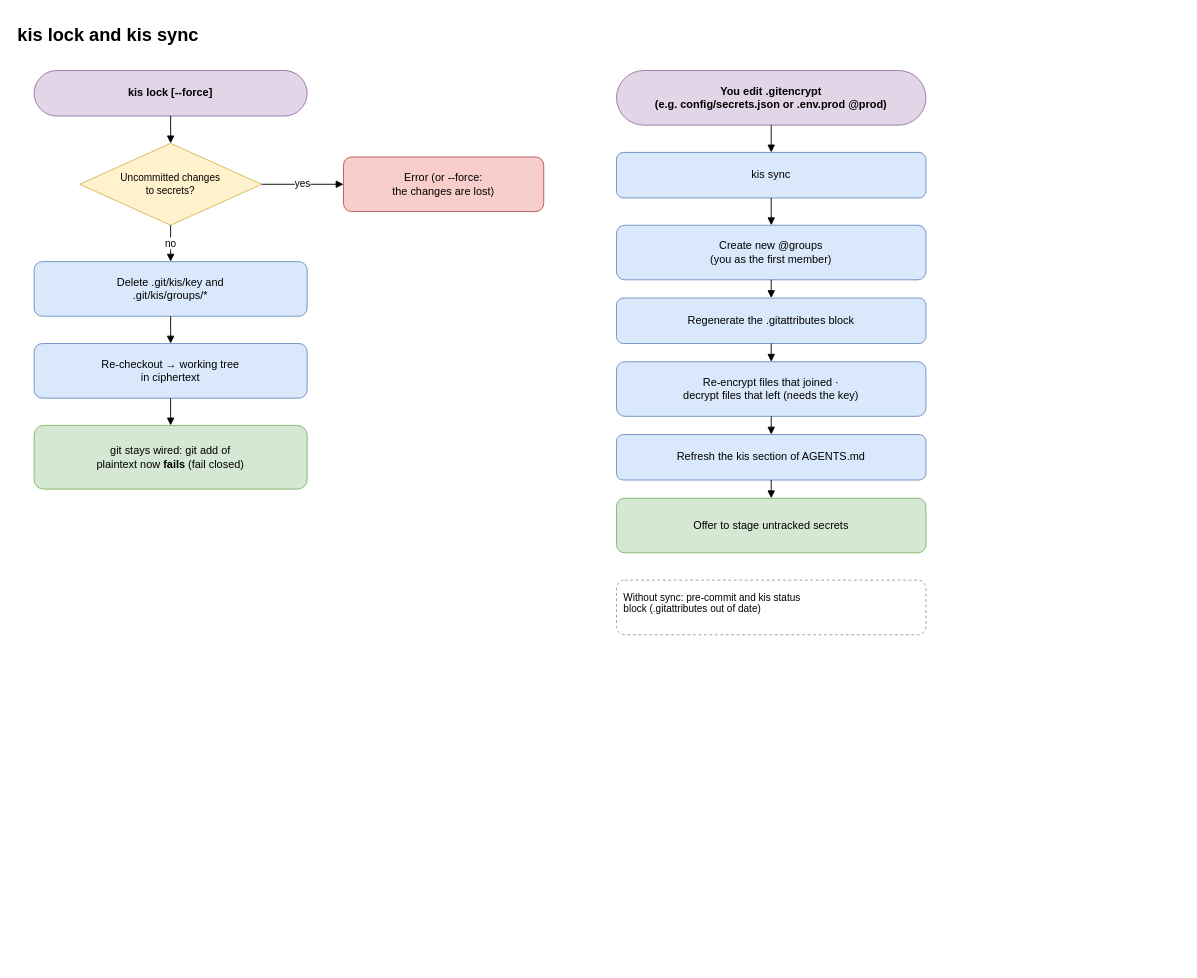
Before: page "9 · kis lock / kis sync" (9 of 13) of docs/diagrams/kis-flows.drawio in juanfraherrero/keep-in-secret, a draw.io diagram. Source tidied: cells renumbered, new cells numbered last; positions are measured from the earlier drawing's top-left corner, leaving out a move shared by most shapes. Both pictures are drawn from the tidied source at 91%, with x=0, y=0 at pixel (15, 15).
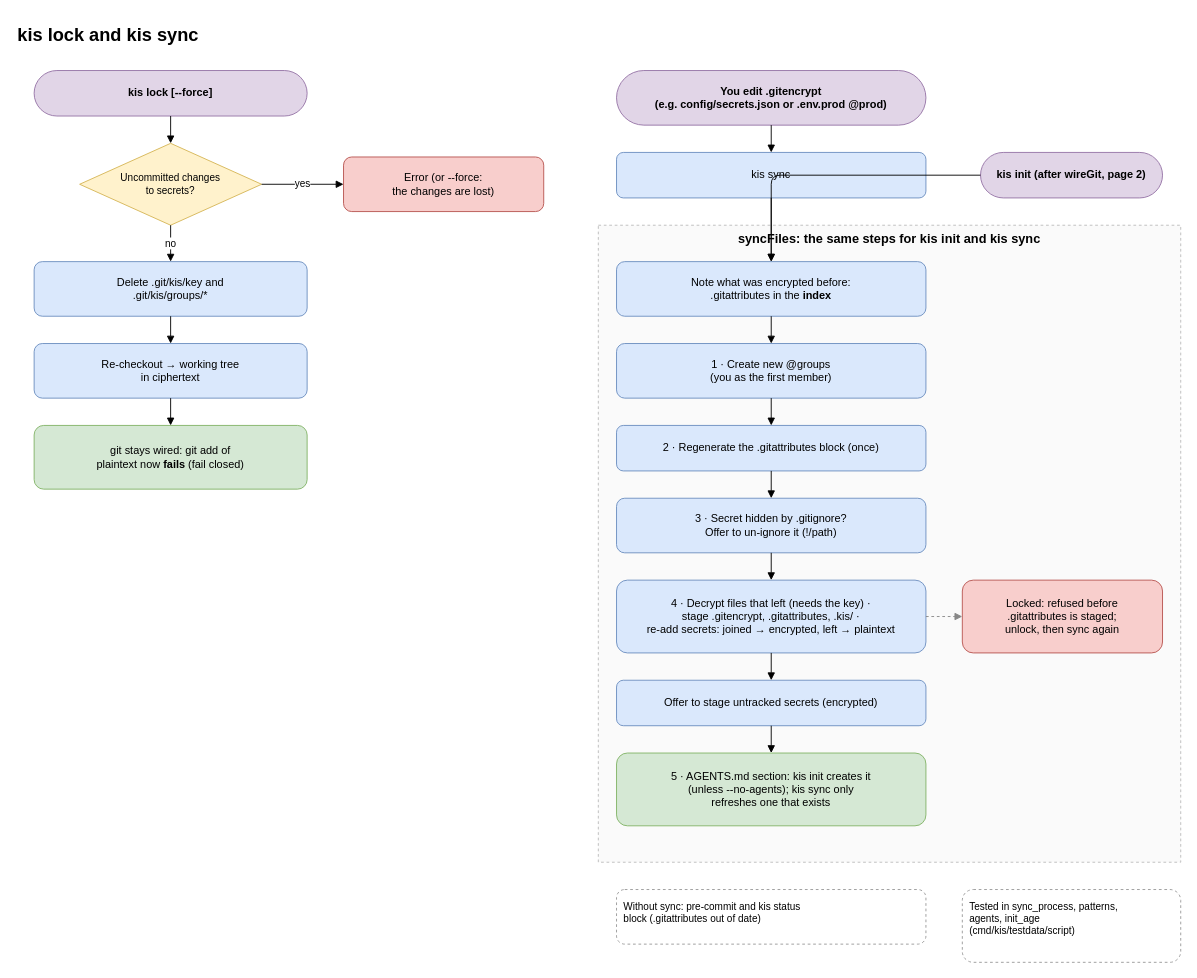
The same page after the edit.

Commit message (it also covers changes not shown here):
Run one sync process for kis init and kis sync

The change refers to these unchanged cells:
```xml
<mxCell id="15" value="kis sync" style="rounded=1;whiteSpace=wrap;html=1;fillColor=#dae8fc;strokeColor=#6c8ebf;fontSize=12;" parent="1" vertex="1">
  <mxGeometry x="660" y="150" width="340" height="50" as="geometry" />
</mxCell>
```

The edit, as a diff of the source:
```diff
@@
+    <mxCell id="28" value="kis init (after wireGit, page 2)" style="rounded=1;arcSize=50;whiteSpace=wrap;html=1;fillColor=#e1d5e7;strokeColor=#9673a6;fontStyle=1;fontSize=12;" parent="1" vertex="1">
+      <mxGeometry x="1060" y="150" width="200" height="50" as="geometry" />
+    </mxCell>
+    <mxCell id="29" value="syncFiles: the same steps for kis init and kis sync" style="rounded=0;whiteSpace=wrap;html=1;fillColor=#fafafa;strokeColor=#bbbbbb;verticalAlign=top;fontStyle=1;fontSize=14;dashed=1;" parent="1" vertex="1">
+      <mxGeometry x="640" y="230" width="640" height="700" as="geometry" />
+    </mxCell>
+    <mxCell id="30" value="Note what was encrypted before:&lt;br&gt;.gitattributes in the &lt;b&gt;index&lt;/b&gt;" style="rounded=1;whiteSpace=wrap;html=1;fillColor=#dae8fc;strokeColor=#6c8ebf;fontSize=12;" parent="1" vertex="1">
+      <mxGeometry x="660" y="270" width="340" height="60" as="geometry" />
+    </mxCell>
-    <mxCell id="16" value="Create new @groups&lt;br&gt;(you as the first member)" style="rounded=1;whiteSpace=wrap;html=1;fillColor=#dae8fc;strokeColor=#6c8ebf;fontSize=12;" parent="1" vertex="1">
-      <mxGeometry x="660" y="230" width="340" height="60" as="geometry" />
+    <mxCell id="16" value="1 · Create new @groups&lt;br&gt;(you as the first member)" style="rounded=1;whiteSpace=wrap;html=1;fillColor=#dae8fc;strokeColor=#6c8ebf;fontSize=12;" parent="1" vertex="1">
+      <mxGeometry x="660" y="360" width="340" height="60" as="geometry" />
     </mxCell>
-    <mxCell id="17" value="Regenerate the .gitattributes block" style="rounded=1;whiteSpace=wrap;html=1;fillColor=#dae8fc;strokeColor=#6c8ebf;fontSize=12;" parent="1" vertex="1">
-      <mxGeometry x="660" y="310" width="340" height="50" as="geometry" />
+    <mxCell id="17" value="2 · Regenerate the .gitattributes block (once)" style="rounded=1;whiteSpace=wrap;html=1;fillColor=#dae8fc;strokeColor=#6c8ebf;fontSize=12;" parent="1" vertex="1">
+      <mxGeometry x="660" y="450" width="340" height="50" as="geometry" />
     </mxCell>
-    <mxCell id="18" value="Re-encrypt files that joined ·&lt;br&gt;decrypt files that left (needs the key)" style="rounded=1;whiteSpace=wrap;html=1;fillColor=#dae8fc;strokeColor=#6c8ebf;fontSize=12;" parent="1" vertex="1">
-      <mxGeometry x="660" y="380" width="340" height="60" as="geometry" />
+    <mxCell id="18" value="3 · Secret hidden by .gitignore?&lt;br&gt;Offer to un-ignore it (!/path)" style="rounded=1;whiteSpace=wrap;html=1;fillColor=#dae8fc;strokeColor=#6c8ebf;fontSize=12;" parent="1" vertex="1">
+      <mxGeometry x="660" y="530" width="340" height="60" as="geometry" />
     </mxCell>
-    <mxCell id="19" value="Refresh the kis section of AGENTS.md" style="rounded=1;whiteSpace=wrap;html=1;fillColor=#dae8fc;strokeColor=#6c8ebf;fontSize=12;" parent="1" vertex="1">
-      <mxGeometry x="660" y="460" width="340" height="50" as="geometry" />
+    <mxCell id="19" value="4 · Decrypt files that left (needs the key) ·&lt;br&gt;stage .gitencrypt, .gitattributes, .kis/ ·&lt;br&gt;re-add secrets: joined → encrypted, left → plaintext" style="rounded=1;whiteSpace=wrap;html=1;fillColor=#dae8fc;strokeColor=#6c8ebf;fontSize=12;" parent="1" vertex="1">
+      <mxGeometry x="660" y="620" width="340" height="80" as="geometry" />
     </mxCell>
-    <mxCell id="20" value="Offer to stage untracked secrets" style="rounded=1;whiteSpace=wrap;html=1;fillColor=#d5e8d4;strokeColor=#82b366;fontSize=12;" parent="1" vertex="1">
-      <mxGeometry x="660" y="530" width="340" height="60" as="geometry" />
+    <mxCell id="20" value="Offer to stage untracked secrets (encrypted)" style="rounded=1;whiteSpace=wrap;html=1;fillColor=#dae8fc;strokeColor=#6c8ebf;fontSize=12;" parent="1" vertex="1">
+      <mxGeometry x="660" y="730" width="340" height="50" as="geometry" />
     </mxCell>
+    <mxCell id="31" value="5 · AGENTS.md section: kis init creates it&lt;br&gt;(unless --no-agents); kis sync only&lt;br&gt;refreshes one that exists" style="rounded=1;whiteSpace=wrap;html=1;fillColor=#d5e8d4;strokeColor=#82b366;fontSize=12;" parent="1" vertex="1">
+      <mxGeometry x="660" y="810" width="340" height="80" as="geometry" />
+    </mxCell>
+    <mxCell id="32" value="Locked: refused before&lt;br&gt;.gitattributes is staged;&lt;br&gt;unlock, then sync again" style="rounded=1;whiteSpace=wrap;html=1;fillColor=#f8cecc;strokeColor=#b85450;fontSize=12;" parent="1" vertex="1">
+      <mxGeometry x="1040" y="620" width="220" height="80" as="geometry" />
+    </mxCell>
     <mxCell id="21" value="Without sync: pre-commit and kis status&lt;br&gt;block (.gitattributes out of date)" style="rounded=1;whiteSpace=wrap;html=1;fillColor=#ffffff;strokeColor=#999999;dashed=1;fontSize=11;align=left;verticalAlign=top;spacing=8;" parent="1" vertex="1">
-      <mxGeometry x="660" y="620" width="340" height="60" as="geometry" />
+      <mxGeometry x="660" y="960" width="340" height="60" as="geometry" />
     </mxCell>
+    <mxCell id="33" value="Tested in sync_process, patterns,&lt;br&gt;agents, init_age&lt;br&gt;(cmd/kis/testdata/script)" style="rounded=1;whiteSpace=wrap;html=1;fillColor=#ffffff;strokeColor=#999999;dashed=1;fontSize=11;align=left;verticalAlign=top;spacing=8;" parent="1" vertex="1">
+      <mxGeometry x="1040" y="960" width="240" height="80" as="geometry" />
+    </mxCell>
@@
-    <mxCell id="23" style="edgeStyle=orthogonalEdgeStyle;rounded=1;html=1;endArrow=block;endFill=1;fontSize=11;" parent="1" edge="1" source="15" target="16">
-      <mxGeometry relative="1" as="geometry" />
-    </mxCell>
+    <mxCell id="34" style="edgeStyle=orthogonalEdgeStyle;rounded=1;html=1;endArrow=block;endFill=1;fontSize=11;" parent="1" edge="1" source="15" target="30">
+      <mxGeometry relative="1" as="geometry" />
+    </mxCell>
+    <mxCell id="35" style="edgeStyle=orthogonalEdgeStyle;rounded=1;html=1;endArrow=block;endFill=1;fontSize=11;" parent="1" edge="1" source="30" target="16">
+      <mxGeometry relative="1" as="geometry" />
+    </mxCell>
@@
+    <mxCell id="36" style="edgeStyle=orthogonalEdgeStyle;rounded=1;html=1;endArrow=block;endFill=1;fontSize=11;" parent="1" edge="1" source="20" target="31">
+      <mxGeometry relative="1" as="geometry" />
+    </mxCell>
+    <mxCell id="37" style="edgeStyle=orthogonalEdgeStyle;rounded=1;html=1;endArrow=block;endFill=1;fontSize=11;" parent="1" edge="1" source="28" target="30">
+      <mxGeometry relative="1" as="geometry" />
+    </mxCell>
+    <mxCell id="38" style="edgeStyle=orthogonalEdgeStyle;rounded=1;html=1;endArrow=block;endFill=1;fontSize=11;dashed=1;strokeColor=#888888;" parent="1" edge="1" source="19" target="32">
+      <mxGeometry relative="1" as="geometry" />
+    </mxCell>
```
